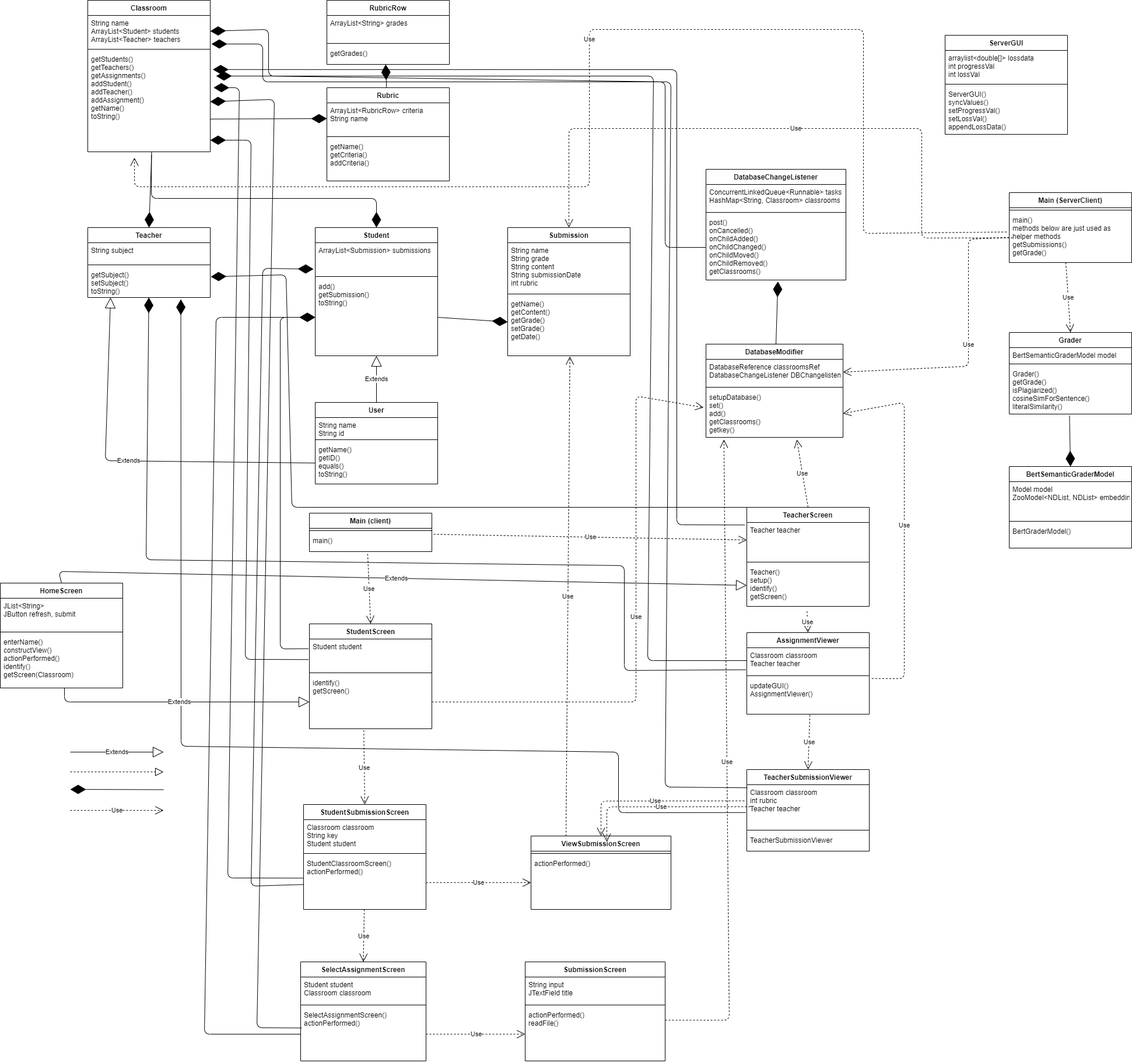
HHSAPCompSci2021/capstoneproject-capstone-kamran-kaz-alex-amongus keeps this draw.io diagram as CapstoneProject/doc/UML.png. Above is the earlier version. Source tidied: cells renumbered, new cells last; positions are measured from the earlier drawing's top-left corner, leaving out a move shared by most shapes.
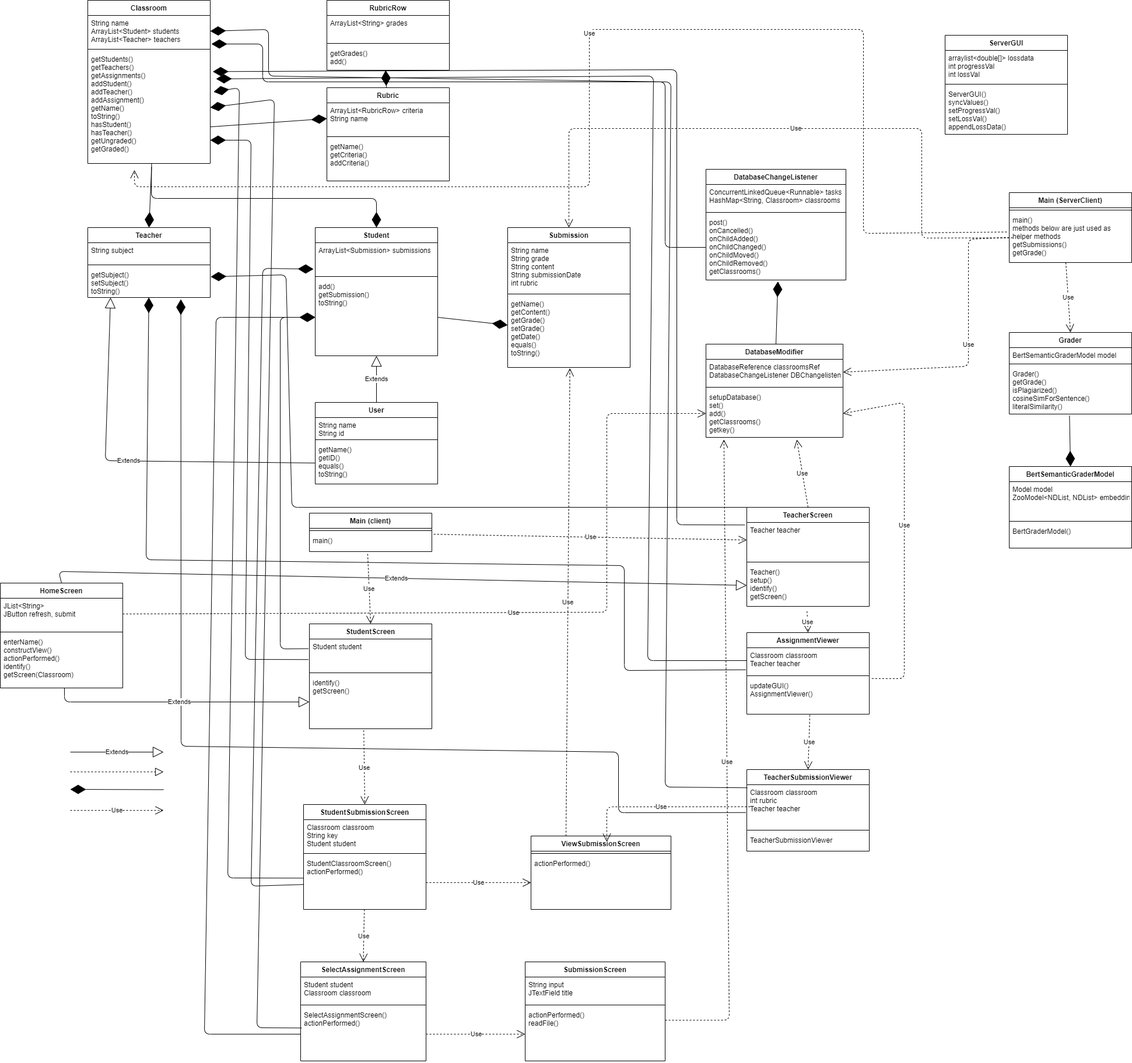
After the change.

Change to the diagram source:
```diff
@@ -3,7 +3,7 @@
     <mxCell id="0" />
     <mxCell id="1" parent="0" />
     <mxCell id="2" value="Classroom" style="swimlane;fontStyle=1;align=center;verticalAlign=top;horizontal=1;startSize=26;" parent="1" vertex="1">
-      <mxGeometry x="150" width="210" height="260" as="geometry" />
+      <mxGeometry x="150" width="210" height="280" as="geometry" />
     </mxCell>
     <mxCell id="3" value="String name&#10;ArrayList&lt;Student&gt; students&#10;ArrayList&lt;Teacher&gt; teachers" style="text;strokeColor=none;fillColor=none;align=left;verticalAlign=top;spacingLeft=4;spacingRight=4;overflow=hidden;points=[[0,0.5],[1,0.5]];portConstraint=eastwest;" parent="2" vertex="1">
       <mxGeometry y="26" width="210" height="54" as="geometry" />
@@ -11,8 +11,8 @@
     <mxCell id="4" style="line;strokeWidth=1;fillColor=none;align=left;verticalAlign=middle;spacingTop=-1;spacingLeft=3;spacingRight=3;labelPosition=right;" parent="2" vertex="1">
       <mxGeometry y="80" width="210" height="8" as="geometry" />
     </mxCell>
-    <mxCell id="5" value="getStudents()&#10;getTeachers()&#10;getAssignments()&#10;addStudent()&#10;addTeacher()&#10;addAssignment()&#10;getName()&#10;toString()" style="text;strokeColor=none;fillColor=none;align=left;verticalAlign=top;spacingLeft=4;spacingRight=4;overflow=hidden;points=[[0,0.5],[1,0.5]];portConstraint=eastwest;" parent="2" vertex="1">
-      <mxGeometry y="88" width="210" height="172" as="geometry" />
+    <mxCell id="5" value="getStudents()&#10;getTeachers()&#10;getAssignments()&#10;addStudent()&#10;addTeacher()&#10;addAssignment()&#10;getName()&#10;toString()&#10;hasStudent()&#10;hasTeacher()&#10;getUngraded()&#10;getGraded()&#10;" style="text;strokeColor=none;fillColor=none;align=left;verticalAlign=top;spacingLeft=4;spacingRight=4;overflow=hidden;points=[[0,0.5],[1,0.5]];portConstraint=eastwest;" parent="2" vertex="1">
+      <mxGeometry y="88" width="210" height="192" as="geometry" />
     </mxCell>
     <mxCell id="6" value="Student" style="swimlane;fontStyle=1;align=center;verticalAlign=top;horizontal=1;startSize=26;" parent="1" vertex="1">
       <mxGeometry x="540" y="390" width="210" height="220" as="geometry" />
@@ -39,7 +39,7 @@
       <mxGeometry y="68" width="210" height="52" as="geometry" />
     </mxCell>
     <mxCell id="14" value="Submission" style="swimlane;fontStyle=1;align=center;verticalAlign=top;horizontal=1;startSize=26;" parent="1" vertex="1">
-      <mxGeometry x="870" y="390" width="210" height="220" as="geometry" />
+      <mxGeometry x="870" y="390" width="210" height="240" as="geometry" />
     </mxCell>
     <mxCell id="15" value="String name&#10;String grade&#10;String content&#10;String submissionDate&#10;int rubric" style="text;strokeColor=none;fillColor=none;align=left;verticalAlign=top;spacingLeft=4;spacingRight=4;overflow=hidden;" parent="14" vertex="1">
       <mxGeometry y="26" width="210" height="84" as="geometry" />
@@ -47,8 +47,8 @@
     <mxCell id="16" style="line;strokeWidth=1;fillColor=none;align=left;verticalAlign=middle;spacingTop=-1;spacingLeft=3;spacingRight=3;labelPosition=right;" parent="14" vertex="1">
       <mxGeometry y="110" width="210" height="8" as="geometry" />
     </mxCell>
-    <mxCell id="17" value="getName()&#10;getContent()&#10;getGrade()&#10;setGrade()&#10;getDate()" style="text;strokeColor=none;fillColor=none;align=left;verticalAlign=top;spacingLeft=4;spacingRight=4;overflow=hidden;points=[[0,0.5],[1,0.5]];portConstraint=eastwest;" parent="14" vertex="1">
-      <mxGeometry y="118" width="210" height="102" as="geometry" />
+    <mxCell id="17" value="getName()&#10;getContent()&#10;getGrade()&#10;setGrade()&#10;getDate()&#10;equals()&#10;toString()" style="text;strokeColor=none;fillColor=none;align=left;verticalAlign=top;spacingLeft=4;spacingRight=4;overflow=hidden;points=[[0,0.5],[1,0.5]];portConstraint=eastwest;" parent="14" vertex="1">
+      <mxGeometry y="118" width="210" height="122" as="geometry" />
     </mxCell>
     <mxCell id="18" value="Rubric" style="swimlane;fontStyle=1;align=center;verticalAlign=top;horizontal=1;startSize=26;" parent="1" vertex="1">
       <mxGeometry x="560" y="150" width="210" height="160" as="geometry" />
@@ -63,7 +63,7 @@
       <mxGeometry y="88" width="210" height="72" as="geometry" />
     </mxCell>
     <mxCell id="22" value="RubricRow" style="swimlane;fontStyle=1;align=center;verticalAlign=top;horizontal=1;startSize=26;" parent="1" vertex="1">
-      <mxGeometry x="560" width="210" height="110" as="geometry" />
+      <mxGeometry x="560" width="210" height="120" as="geometry" />
     </mxCell>
     <mxCell id="23" value="ArrayList&lt;String&gt; grades" style="text;strokeColor=none;fillColor=none;align=left;verticalAlign=top;spacingLeft=4;spacingRight=4;overflow=hidden;" parent="22" vertex="1">
       <mxGeometry y="26" width="210" height="44" as="geometry" />
@@ -71,8 +71,8 @@
     <mxCell id="24" style="line;strokeWidth=1;fillColor=none;align=left;verticalAlign=middle;spacingTop=-1;spacingLeft=3;spacingRight=3;labelPosition=right;" parent="22" vertex="1">
       <mxGeometry y="70" width="210" height="8" as="geometry" />
     </mxCell>
-    <mxCell id="25" value="getGrades()" style="text;strokeColor=none;fillColor=none;align=left;verticalAlign=top;spacingLeft=4;spacingRight=4;overflow=hidden;points=[[0,0.5],[1,0.5]];portConstraint=eastwest;" parent="22" vertex="1">
-      <mxGeometry y="78" width="210" height="32" as="geometry" />
+    <mxCell id="25" value="getGrades()&#10;add()" style="text;strokeColor=none;fillColor=none;align=left;verticalAlign=top;spacingLeft=4;spacingRight=4;overflow=hidden;points=[[0,0.5],[1,0.5]];portConstraint=eastwest;" parent="22" vertex="1">
+      <mxGeometry y="78" width="210" height="42" as="geometry" />
     </mxCell>
     <mxCell id="26" value="DatabaseModifier" style="swimlane;fontStyle=1;align=center;verticalAlign=top;horizontal=1;startSize=26;" parent="1" vertex="1">
       <mxGeometry x="1210" y="590" width="235" height="160" as="geometry" />
@@ -305,15 +305,6 @@
     <mxCell id="94" value="Use" style="endArrow=open;endSize=12;dashed=1;html=1;exitX=0.476;exitY=1.125;exitDx=0;exitDy=0;exitPerimeter=0;entryX=0.5;entryY=0;entryDx=0;entryDy=0;" parent="1" edge="1" source="40" target="41">
       <mxGeometry relative="1" as="geometry" />
     </mxCell>
-    <mxCell id="95" value="Use" style="endArrow=open;endSize=12;dashed=1;html=1;entryX=-0.018;entryY=0.375;entryDx=0;entryDy=0;entryPerimeter=0;exitX=1;exitY=0.5;exitDx=0;exitDy=0;" parent="1" edge="1" source="44" target="29">
-      <mxGeometry relative="1" as="geometry">
-        <Array as="points">
-          <mxPoint x="1090" y="1204" />
-          <mxPoint x="1090" y="1190" />
-          <mxPoint x="1090" y="679" />
-        </Array>
-      </mxGeometry>
-    </mxCell>
     <mxCell id="96" style="endArrow=diamondThin;endFill=1;endSize=24;html=1;exitX=-0.008;exitY=0.306;exitDx=0;exitDy=0;exitPerimeter=0;entryX=0;entryY=0.5;entryDx=0;entryDy=0;" parent="1" edge="1" source="42" target="9">
       <mxGeometry relative="1" as="geometry">
         <Array as="points">
@@ -353,13 +344,6 @@
     <mxCell id="104" value="Use" style="endArrow=open;endSize=12;dashed=1;html=1;exitX=0.515;exitY=1.02;exitDx=0;exitDy=0;exitPerimeter=0;entryX=0.5;entryY=0;entryDx=0;entryDy=0;" parent="1" edge="1" source="67" target="68">
       <mxGeometry relative="1" as="geometry" />
     </mxCell>
-    <mxCell id="105" value="Use" style="endArrow=open;endSize=12;dashed=1;html=1;exitX=-0.02;exitY=0.375;exitDx=0;exitDy=0;exitPerimeter=0;entryX=0.5;entryY=0;entryDx=0;entryDy=0;" parent="1" edge="1" source="69" target="57">
-      <mxGeometry relative="1" as="geometry">
-        <Array as="points">
-          <mxPoint x="1030" y="1374" />
-        </Array>
-      </mxGeometry>
-    </mxCell>
     <mxCell id="106" style="endArrow=diamondThin;endFill=1;endSize=24;html=1;exitX=-0.002;exitY=0.416;exitDx=0;exitDy=0;exitPerimeter=0;entryX=1.027;entryY=0.36;entryDx=0;entryDy=0;entryPerimeter=0;" parent="1" edge="1" source="48" target="5">
       <mxGeometry relative="1" as="geometry">
         <Array as="points">
@@ -560,5 +544,13 @@
         </Array>
       </mxGeometry>
     </mxCell>
+    <mxCell id="138" value="Use" style="endArrow=open;endSize=12;dashed=1;html=1;exitX=1;exitY=0.5;exitDx=0;exitDy=0;entryX=0;entryY=0.5;entryDx=0;entryDy=0;" parent="1" edge="1" source="133" target="29">
+      <mxGeometry relative="1" as="geometry">
+        <Array as="points">
+          <mxPoint x="1040" y="1050" />
+          <mxPoint x="1040" y="709" />
+        </Array>
+      </mxGeometry>
+    </mxCell>
   </root>
 </mxGraphModel>
```
